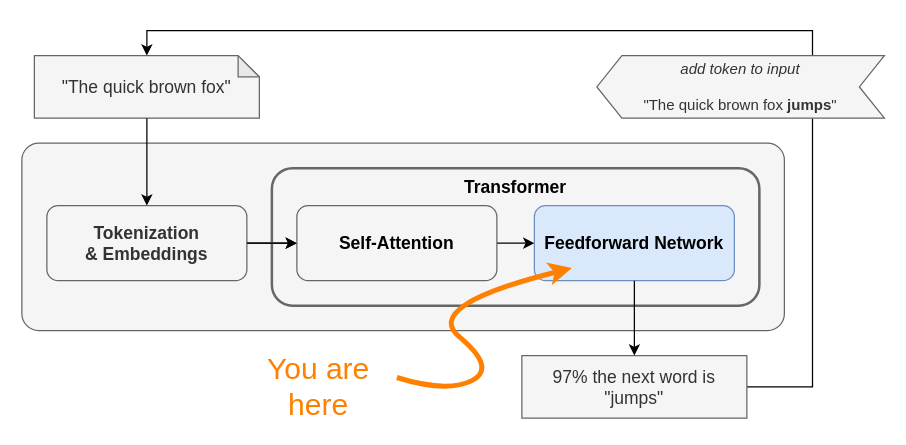
This is book/images/ffn/llm-flow-ffn.drawio from yshavit/llm-notes, a draw.io file, before an edit. Source tidied: cells renumbered, new cells numbered last; positions are measured from the earlier drawing's top-left corner, leaving out a move shared by most shapes. Both pictures are drawn from the tidied source at 125%, with x=0, y=0 at pixel (21, 55).
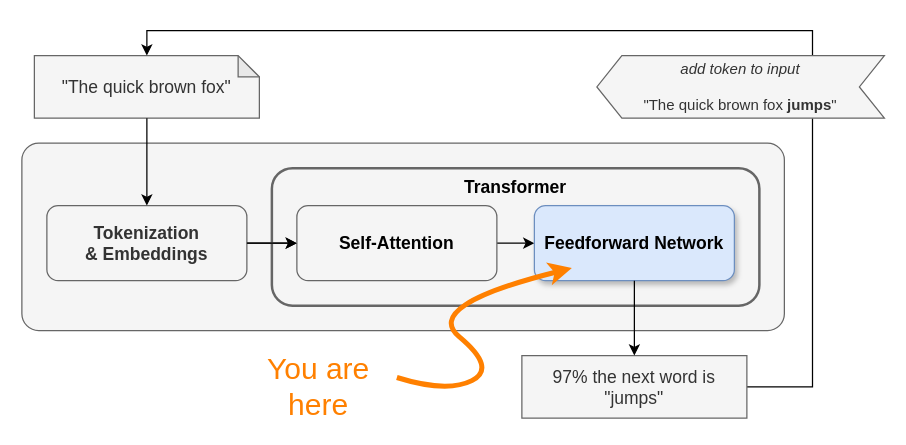
The same page after the edit.

The edit, as a diff of the source:
```diff
@@
-    <mxCell id="8" value="&lt;b&gt;Feedforward Network&lt;/b&gt;" style="rounded=1;whiteSpace=wrap;html=1;fillColor=#dae8fc;strokeColor=#6c8ebf;fontSize=14;" parent="1" vertex="1">
+    <mxCell id="8" value="&lt;b&gt;Feedforward Network&lt;/b&gt;" style="rounded=1;whiteSpace=wrap;html=1;fillColor=#dae8fc;strokeColor=#6c8ebf;fontSize=14;shadow=1;" parent="1" vertex="1">
       <mxGeometry x="410" y="120" width="160" height="60" as="geometry" />
     </mxCell>
```
